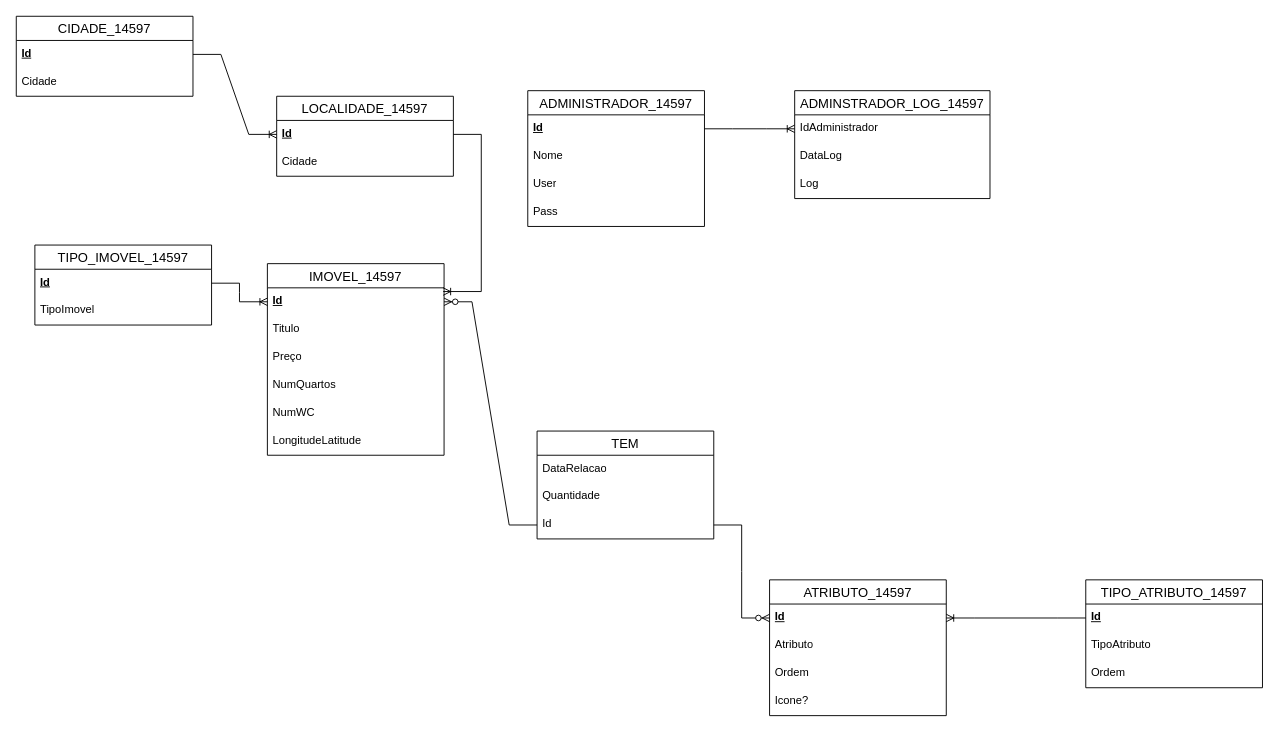
Earlier version of the draw.io diagram 2P-PROG-UFCD-0811-TRABALHO1-14597.drawio (JoaoCorreia2008/Diagrama-escolar-). Source tidied: cells renumbered, new cells numbered last; positions are measured from the earlier drawing's top-left corner, leaving out a move shared by most shapes. Both pictures are drawn from the tidied source at 93%, with x=0, y=0 at pixel (16, 16).
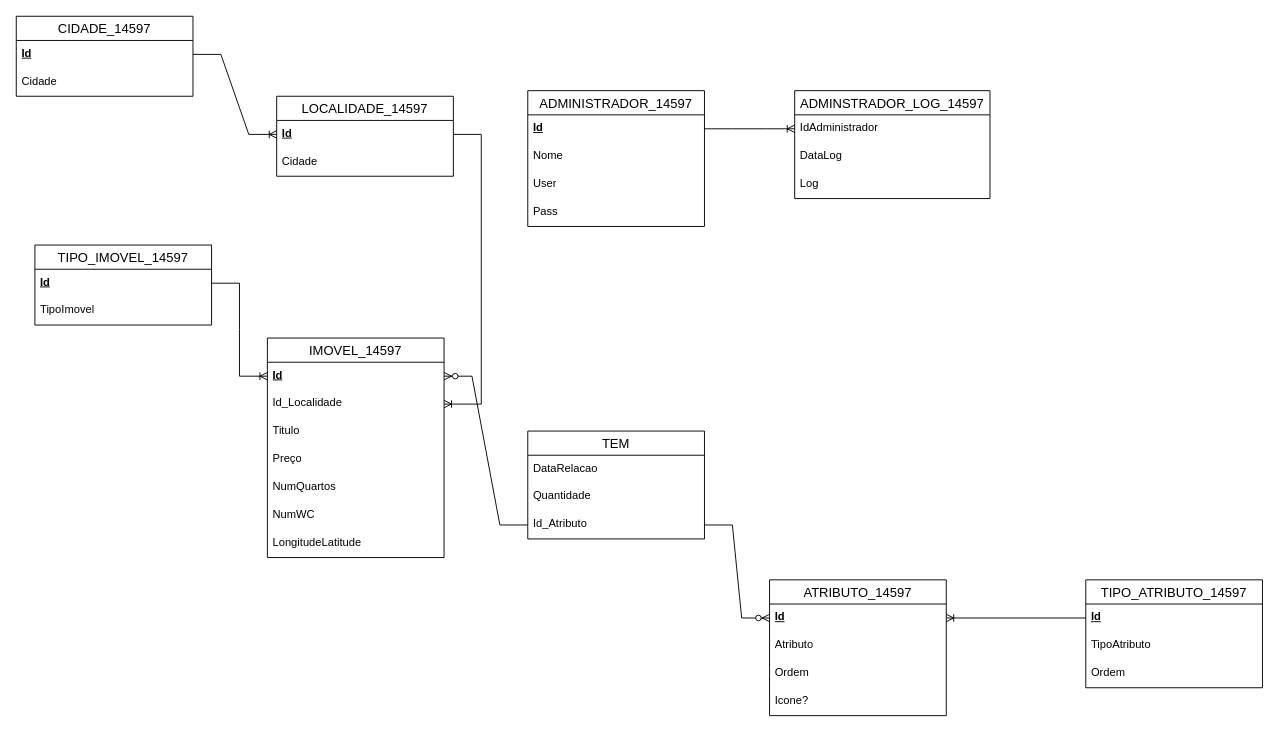
The same diagram, later.

The change refers to these unchanged cells:
```xml
<mxCell id="15" value="&lt;b&gt;&lt;u&gt;Id&lt;/u&gt;&lt;/b&gt;" style="text;strokeColor=none;fillColor=none;spacingLeft=4;spacingRight=4;overflow=hidden;points=[[0,0.5],[1,0.5]];portConstraint=eastwest;fontSize=12;whiteSpace=wrap;html=1;" parent="14" vertex="1">
  <mxGeometry y="26" width="190" height="30" as="geometry" />
</mxCell>
<mxCell id="38" value="&lt;b&gt;&lt;u&gt;Id&lt;/u&gt;&lt;/b&gt;" style="text;strokeColor=none;fillColor=none;spacingLeft=4;spacingRight=4;overflow=hidden;points=[[0,0.5],[1,0.5]];portConstraint=eastwest;fontSize=12;whiteSpace=wrap;html=1;" parent="37" vertex="1">
  <mxGeometry y="26" width="190" height="30" as="geometry" />
</mxCell>
```

What changed in the source:
```diff
@@
     <mxCell id="14" value="IMOVEL_14597" style="swimlane;fontStyle=0;horizontal=1;startSize=26;align=center;fontSize=14;" parent="1" vertex="1">
-      <mxGeometry x="270" y="266" width="190" height="206" as="geometry" />
+      <mxGeometry x="270" y="346" width="190" height="236" as="geometry" />
     </mxCell>
@@
+    <mxCell id="47" value="Id_Localidade" style="text;strokeColor=none;fillColor=none;spacingLeft=4;spacingRight=4;overflow=hidden;points=[[0,0.5],[1,0.5]];portConstraint=eastwest;fontSize=12;whiteSpace=wrap;html=1;" parent="14" vertex="1">
+      <mxGeometry y="56" width="190" height="30" as="geometry" />
+    </mxCell>
     <mxCell id="16" value="Titulo" style="text;strokeColor=none;fillColor=none;spacingLeft=4;spacingRight=4;overflow=hidden;fontSize=12;whiteSpace=wrap;html=1;" parent="14" vertex="1">
-      <mxGeometry y="56" width="190" height="30" as="geometry" />
+      <mxGeometry y="86" width="190" height="30" as="geometry" />
     </mxCell>
     <mxCell id="17" value="Preço" style="text;strokeColor=none;fillColor=none;spacingLeft=4;spacingRight=4;overflow=hidden;fontSize=12;whiteSpace=wrap;html=1;" parent="14" vertex="1">
-      <mxGeometry y="86" width="190" height="30" as="geometry" />
+      <mxGeometry y="116" width="190" height="30" as="geometry" />
     </mxCell>
     <mxCell id="18" value="NumQuartos" style="text;strokeColor=none;fillColor=none;spacingLeft=4;spacingRight=4;overflow=hidden;fontSize=12;whiteSpace=wrap;html=1;" parent="14" vertex="1">
-      <mxGeometry y="116" width="190" height="30" as="geometry" />
+      <mxGeometry y="146" width="190" height="30" as="geometry" />
     </mxCell>
     <mxCell id="19" value="NumWC" style="text;strokeColor=none;fillColor=none;spacingLeft=4;spacingRight=4;overflow=hidden;fontSize=12;whiteSpace=wrap;html=1;" parent="14" vertex="1">
-      <mxGeometry y="146" width="190" height="30" as="geometry" />
+      <mxGeometry y="176" width="190" height="30" as="geometry" />
     </mxCell>
     <mxCell id="20" value="LongitudeLatitude" style="text;strokeColor=none;fillColor=none;spacingLeft=4;spacingRight=4;overflow=hidden;fontSize=12;whiteSpace=wrap;html=1;" parent="14" vertex="1">
-      <mxGeometry y="176" width="190" height="30" as="geometry" />
+      <mxGeometry y="206" width="190" height="30" as="geometry" />
     </mxCell>
     <mxCell id="21" value="TEM" style="swimlane;fontStyle=0;horizontal=1;startSize=26;align=center;fontSize=14;" parent="1" vertex="1">
-      <mxGeometry x="560" y="446" width="190" height="116" as="geometry" />
+      <mxGeometry x="550" y="446" width="190" height="116" as="geometry" />
     </mxCell>
@@
-    <mxCell id="24" value="Id" style="text;strokeColor=none;fillColor=none;spacingLeft=4;spacingRight=4;overflow=hidden;points=[[0,0.5],[1,0.5]];portConstraint=eastwest;fontSize=12;whiteSpace=wrap;html=1;" parent="21" vertex="1">
+    <mxCell id="24" value="Id_Atributo" style="text;strokeColor=none;fillColor=none;spacingLeft=4;spacingRight=4;overflow=hidden;points=[[0,0.5],[1,0.5]];portConstraint=eastwest;fontSize=12;whiteSpace=wrap;html=1;" parent="21" vertex="1">
       <mxGeometry y="86" width="190" height="30" as="geometry" />
     </mxCell>
@@
-    <mxCell id="45" style="edgeStyle=entityRelationEdgeStyle;fontSize=12;html=1;endArrow=ERoneToMany;startArrow=none;rounded=0;startFill=0;entryX=0.995;entryY=0.133;entryDx=0;entryDy=0;entryPerimeter=0;" parent="1" edge="1" source="38" target="15">
+    <mxCell id="45" style="edgeStyle=entityRelationEdgeStyle;fontSize=12;html=1;endArrow=ERoneToMany;startArrow=none;rounded=0;startFill=0;" parent="1" edge="1" source="38" target="47">
       <mxGeometry relative="1" as="geometry" />
     </mxCell>
```
